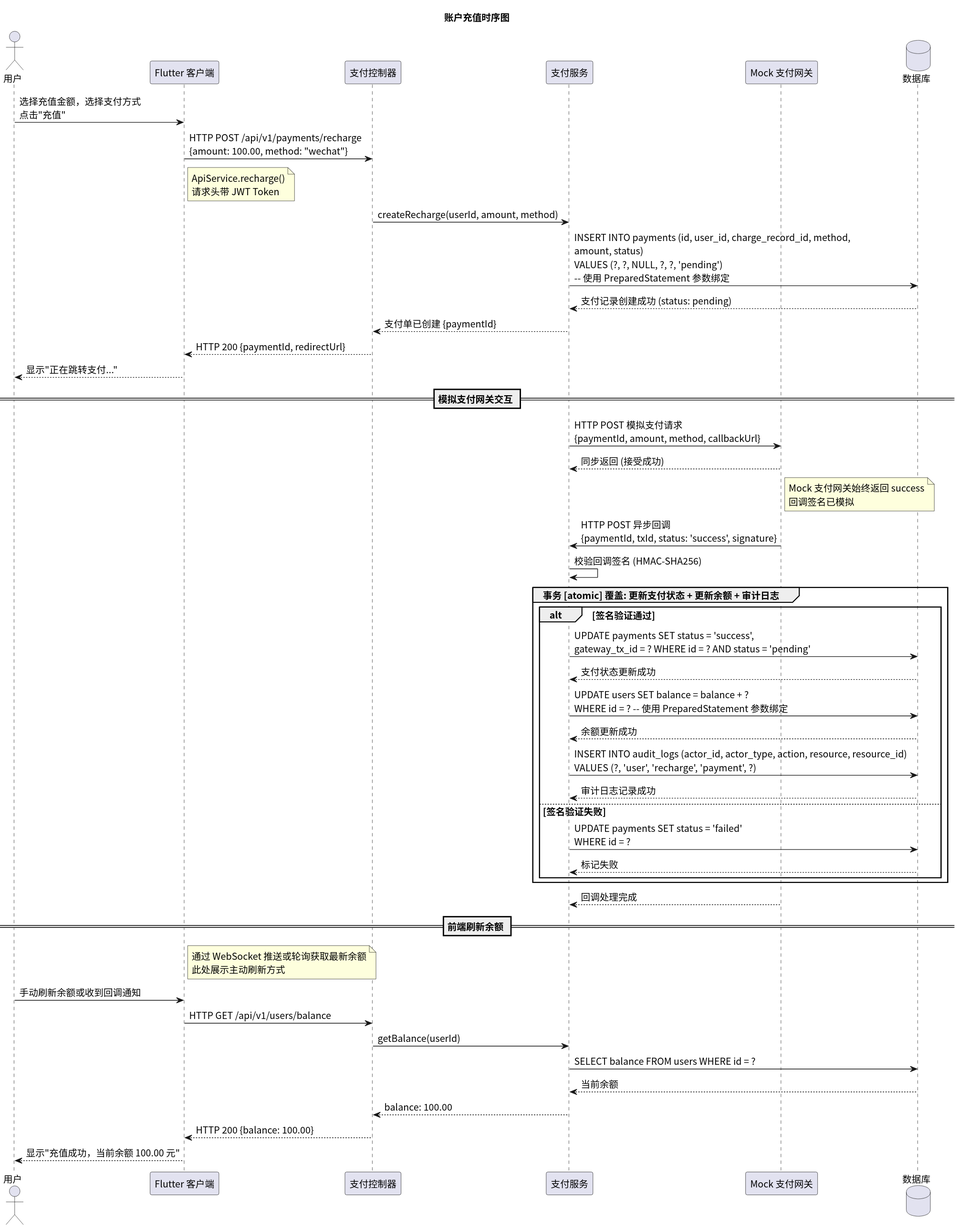
Earlier version of the PlantUML export time/img/sequence_recharge.svg (greenhandzdl/charging-station-doc).
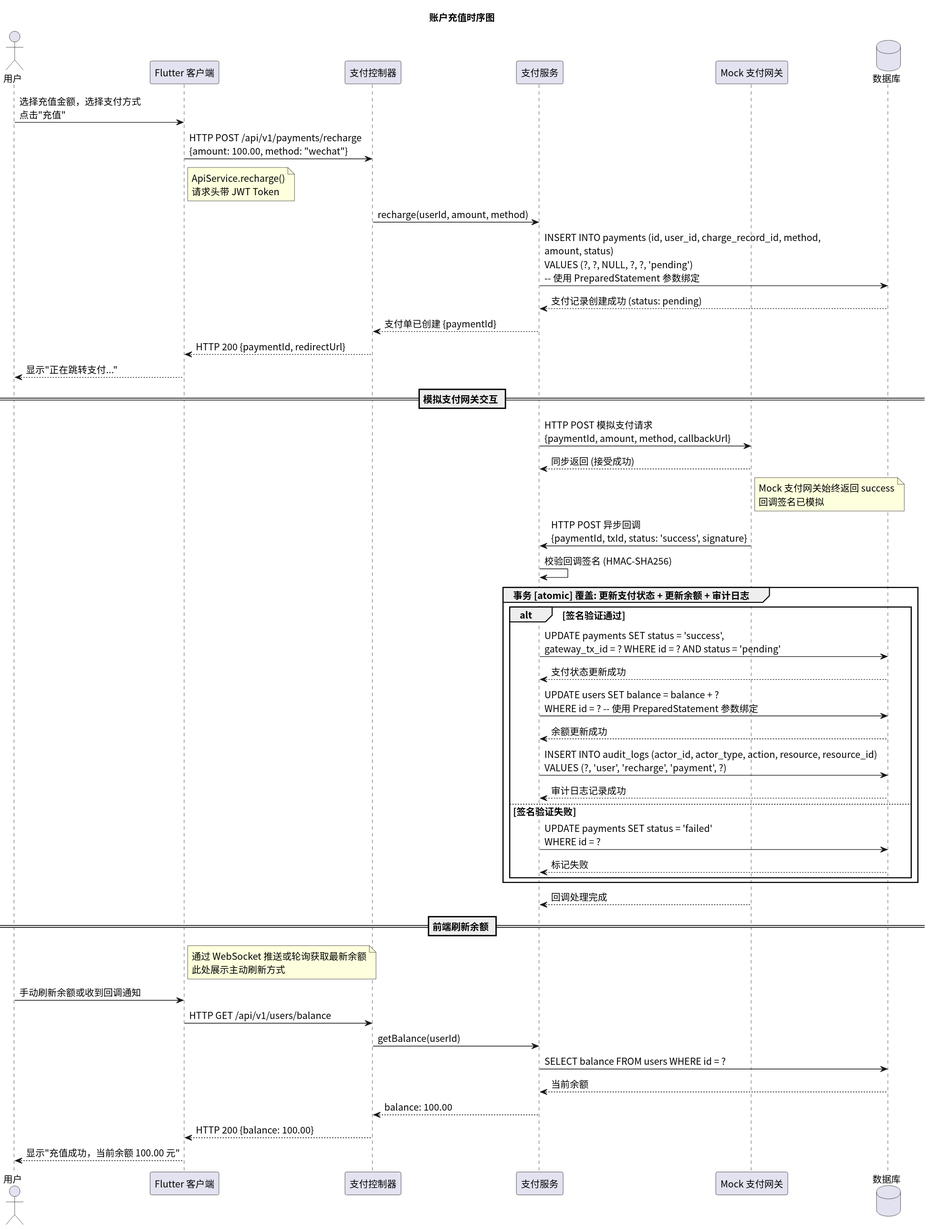
The same diagram one commit later.

Diff of the diagram source:
```diff
@@ -14,7 +14,7 @@
 FE -> Ctrl: HTTP POST /api/v1/payments/recharge\n{amount: 100.00, method: "wechat"}
 note right FE : ApiService.recharge()\n请求头带 JWT Token
 
-Ctrl -> PS: createRecharge(userId, amount, method)
+Ctrl -> PS: recharge(userId, amount, method)
 
 PS -> DB: INSERT INTO payments (id, user_id, charge_record_id, method,\namount, status)\nVALUES (?, ?, NULL, ?, ?, 'pending')\n-- 使用 PreparedStatement 参数绑定
 DB --> PS: 支付记录创建成功 (status: pending)
```
